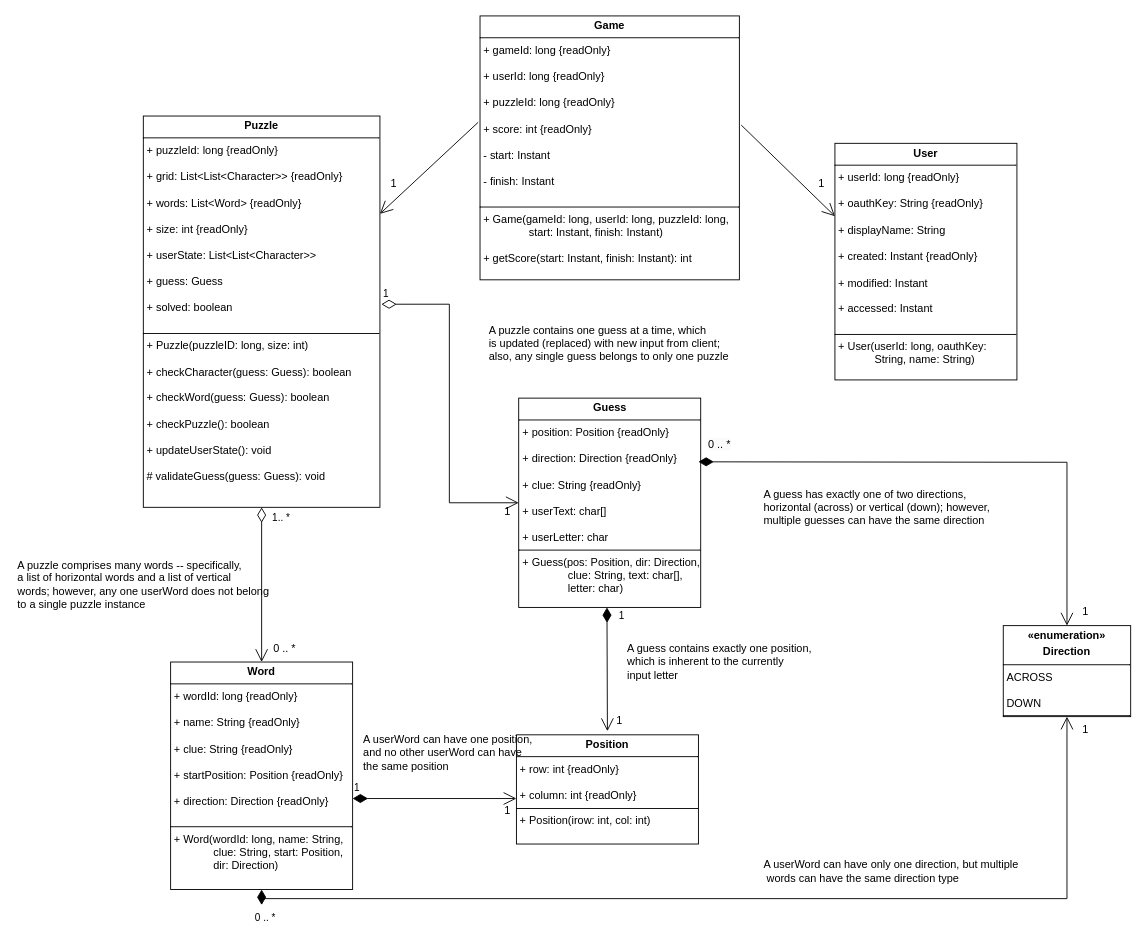
Earlier version of the draw.io diagram docs/work/CrossFyre-UML.drawio (ddc-java-21/crossfyre). Source tidied: cells renumbered, new cells numbered last; positions are measured from the earlier drawing's top-left corner, leaving out a move shared by most shapes. Both pictures are drawn from the tidied source at 91%, with x=0, y=0 at pixel (15, 15).
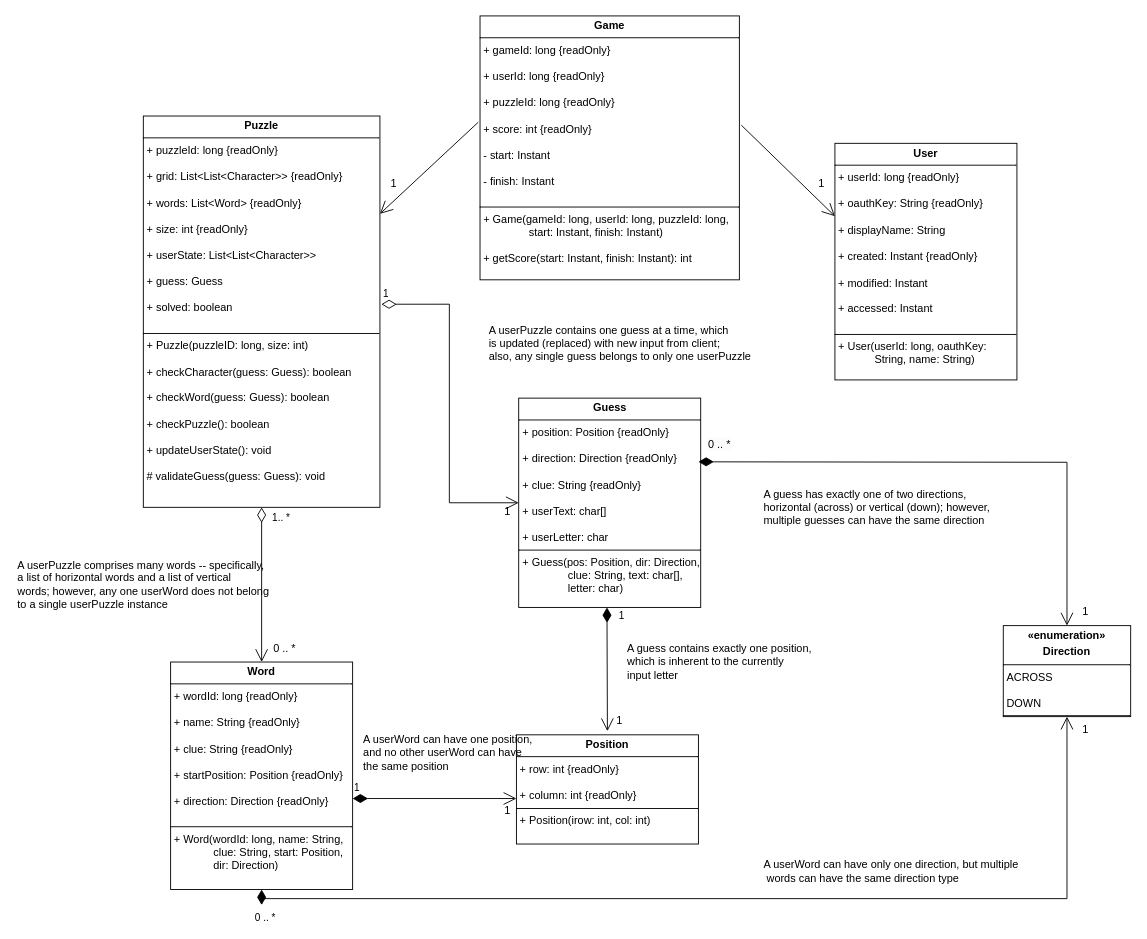
After the change.

What changed in the source:
```diff
@@
-    <mxCell id="19" value="A puzzle comprises many words -- specifically,&lt;div&gt;a list of horizontal words and a list of vertical&lt;/div&gt;&lt;div&gt;words; however, any one userWord does not belong&lt;/div&gt;&lt;div&gt;to a single puzzle instance&lt;/div&gt;" style="text;html=1;align=left;verticalAlign=middle;strokeColor=none;fillColor=none;" parent="1" vertex="1">
+    <mxCell id="19" value="A userPuzzle comprises many words -- specifically,&lt;div&gt;a list of horizontal words and a list of vertical&lt;/div&gt;&lt;div&gt;words; however, any one userWord does not belong&lt;/div&gt;&lt;div&gt;to a single userPuzzle instance&lt;/div&gt;" style="text;html=1;align=left;verticalAlign=middle;strokeColor=none;fillColor=none;" parent="1" vertex="1">
       <mxGeometry y="590" width="270" height="70" as="geometry" />
     </mxCell>
-    <mxCell id="20" value="A puzzle contains one guess at a time, which&lt;div&gt;is updated (replaced) with new input from client;&amp;nbsp;&lt;/div&gt;&lt;div&gt;also, any single guess belongs to only one puzzle&lt;/div&gt;" style="text;html=1;align=left;verticalAlign=middle;strokeColor=none;fillColor=none;" parent="1" vertex="1">
+    <mxCell id="20" value="A userPuzzle contains one guess at a time, which&lt;div&gt;is updated (replaced) with new input from client;&amp;nbsp;&lt;/div&gt;&lt;div&gt;also, any single guess belongs to only one userPuzzle&lt;/div&gt;" style="text;html=1;align=left;verticalAlign=middle;strokeColor=none;fillColor=none;" parent="1" vertex="1">
       <mxGeometry x="517.5" y="330" width="290" height="60" as="geometry" />
     </mxCell>
```
